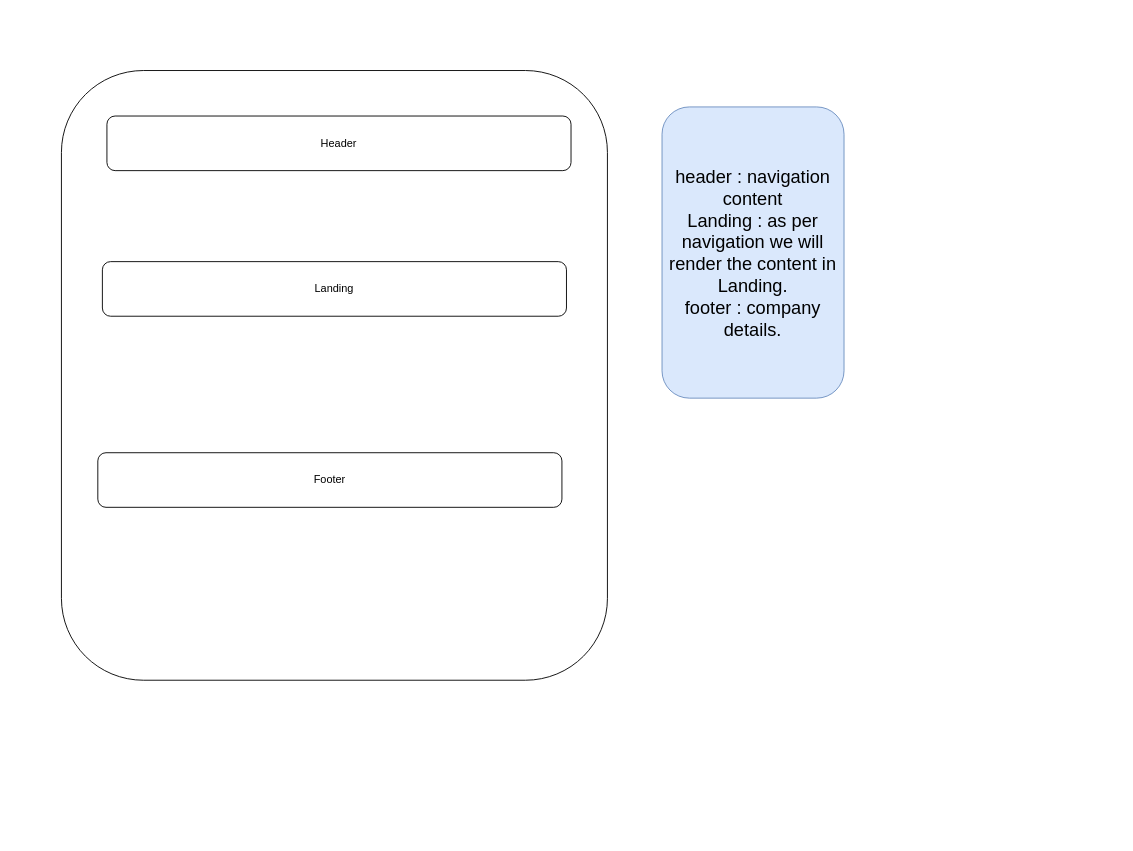
Earlier version of the draw.io diagram page "Page-4" (4 of 7) of Untitled Diagram.drawio (abhinandanchivate/IBM-react-March26). Source tidied: cells renumbered, new cells numbered last; positions are measured from the earlier drawing's top-left corner, leaving out a move shared by most shapes. Both pictures are drawn from the tidied source at 91%, with x=0, y=0 at pixel (61, 70).
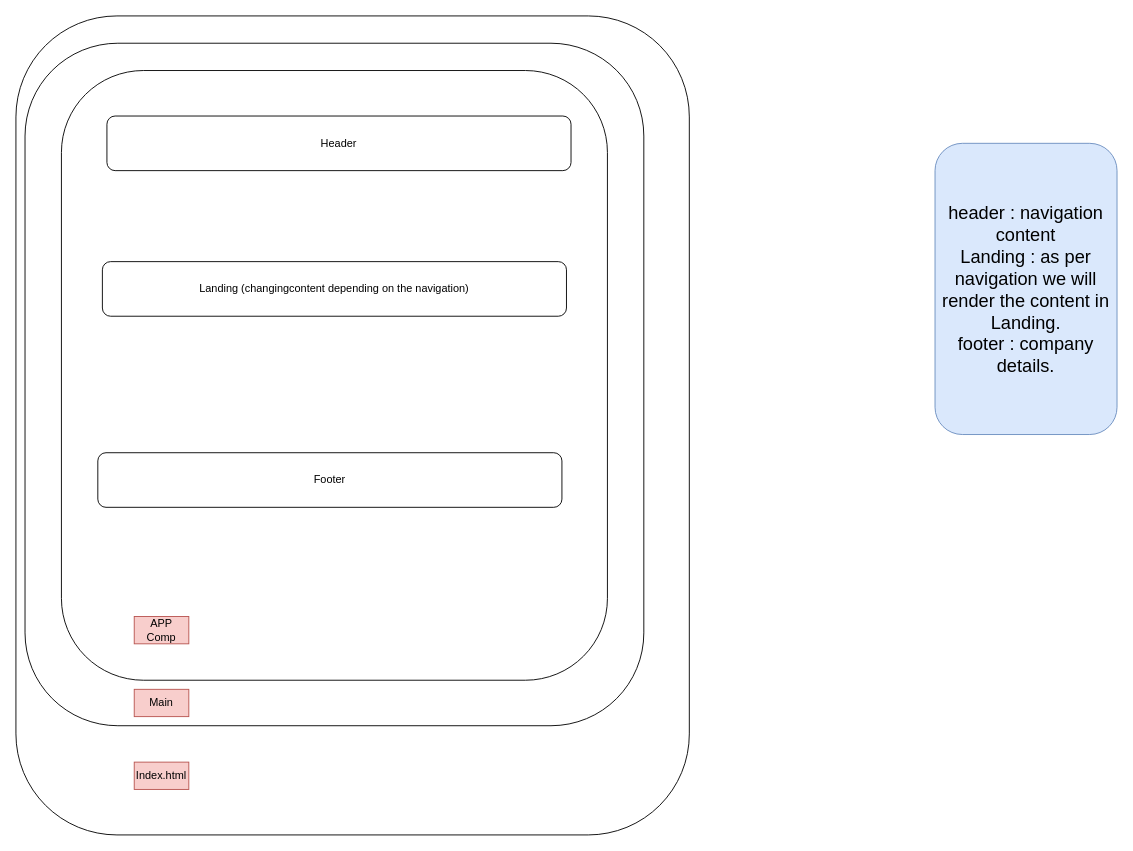
The same page after the edit.

The edit, as a diff of the source:
```diff
@@
 <mxGraphModel>
   <root>
     <mxCell id="0" />
     <mxCell id="1" parent="0" />
+    <mxCell id="7" style="rounded=1;whiteSpace=wrap;html=1;" parent="1" vertex="1">
+      <mxGeometry x="-50" y="-60" width="740" height="900" as="geometry" />
+    </mxCell>
+    <mxCell id="8" style="rounded=1;whiteSpace=wrap;html=1;" parent="1" vertex="1">
+      <mxGeometry x="-40" y="-30" width="680" height="750" as="geometry" />
+    </mxCell>
     <mxCell id="2" style="rounded=1;whiteSpace=wrap;html=1;" parent="1" vertex="1">
       <mxGeometry width="600" height="670" as="geometry" />
     </mxCell>
     <mxCell id="3" value="Header" style="rounded=1;whiteSpace=wrap;html=1;" parent="1" vertex="1">
       <mxGeometry x="50" y="50" width="510" height="60" as="geometry" />
     </mxCell>
-    <mxCell id="4" value="Landing" style="rounded=1;whiteSpace=wrap;html=1;" parent="1" vertex="1">
+    <mxCell id="4" value="Landing (changingcontent depending on the navigation)" style="rounded=1;whiteSpace=wrap;html=1;" parent="1" vertex="1">
       <mxGeometry x="45" y="210" width="510" height="60" as="geometry" />
     </mxCell>
     <mxCell id="5" value="Footer" style="rounded=1;whiteSpace=wrap;html=1;" parent="1" vertex="1">
       <mxGeometry x="40" y="420" width="510" height="60" as="geometry" />
     </mxCell>
     <mxCell id="6" value="header : navigation content&lt;div&gt;Landing : as per navigation we will render the content in Landing.&lt;/div&gt;&lt;div&gt;footer : company details.&lt;/div&gt;" style="rounded=1;whiteSpace=wrap;html=1;fillColor=#dae8fc;strokeColor=#6c8ebf;fontSize=20;" parent="1" vertex="1">
-      <mxGeometry x="660" y="40" width="200" height="320" as="geometry" />
+      <mxGeometry x="960" y="80" width="200" height="320" as="geometry" />
     </mxCell>
+    <mxCell id="9" value="APP Comp" style="text;html=1;whiteSpace=wrap;strokeColor=#b85450;fillColor=#f8cecc;align=center;verticalAlign=middle;rounded=0;" parent="1" vertex="1">
+      <mxGeometry x="80" y="600" width="60" height="30" as="geometry" />
+    </mxCell>
+    <mxCell id="10" value="Main" style="text;html=1;whiteSpace=wrap;strokeColor=#b85450;fillColor=#f8cecc;align=center;verticalAlign=middle;rounded=0;" parent="1" vertex="1">
+      <mxGeometry x="80" y="680" width="60" height="30" as="geometry" />
+    </mxCell>
+    <mxCell id="11" value="Index.html" style="text;html=1;whiteSpace=wrap;strokeColor=#b85450;fillColor=#f8cecc;align=center;verticalAlign=middle;rounded=0;" parent="1" vertex="1">
+      <mxGeometry x="80" y="760" width="60" height="30" as="geometry" />
+    </mxCell>
   </root>
 </mxGraphModel>
```
